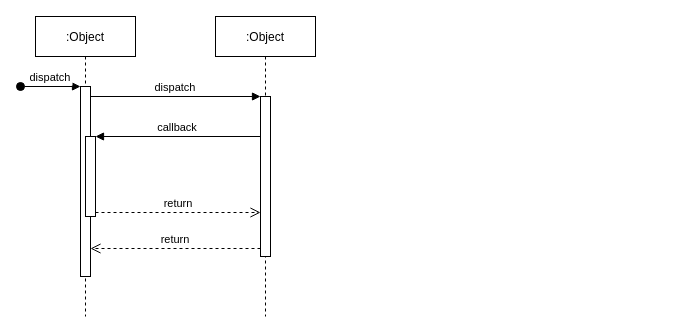
This is 未命名绘图.drawio from MitnickX/drawIO, a draw.io file, before an edit. Source tidied: cells renumbered, new cells numbered last; positions are measured from the earlier drawing's top-left corner, leaving out a move shared by most shapes. Both pictures are drawn from the tidied source at 100%, with x=0, y=0 at pixel (20, 16).
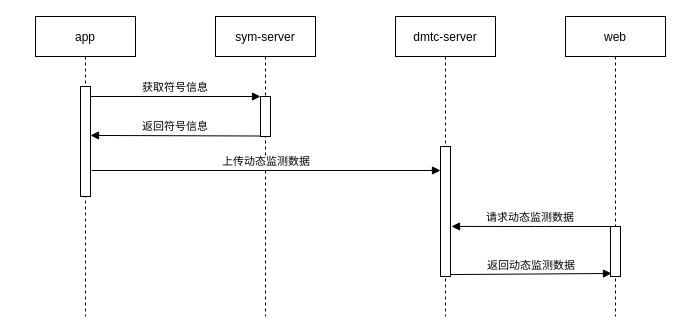
The same diagram, later.

Commit message:
动态安全检测.drawio

Change to the diagram source:
```diff
@@
 <mxGraphModel>
   <root>
     <mxCell id="0" />
     <mxCell id="1" parent="0" />
-    <mxCell id="2" value=":Object" style="shape=umlLifeline;perimeter=lifelinePerimeter;rounded=0;shadow=0;strokeWidth=1;" parent="1" vertex="1">
+    <mxCell id="2" value="app" style="shape=umlLifeline;perimeter=lifelinePerimeter;rounded=0;shadow=0;strokeWidth=1;" parent="1" vertex="1">
       <mxGeometry x="15" width="100" height="300" as="geometry" />
     </mxCell>
     <mxCell id="3" style="points=[];perimeter=orthogonalPerimeter;rounded=0;shadow=0;strokeWidth=1;" parent="2" vertex="1">
-      <mxGeometry x="45" y="70" width="10" height="190" as="geometry" />
+      <mxGeometry x="45" y="70" width="10" height="110" as="geometry" />
     </mxCell>
-    <mxCell id="4" value="dispatch" style="verticalAlign=bottom;startArrow=oval;endArrow=block;startSize=8;shadow=0;strokeWidth=1;" parent="2" edge="1" target="3">
-      <mxGeometry relative="1" as="geometry">
-        <mxPoint x="-15" y="70" as="sourcePoint" />
-      </mxGeometry>
-    </mxCell>
-    <mxCell id="5" style="points=[];perimeter=orthogonalPerimeter;rounded=0;shadow=0;strokeWidth=1;" parent="2" vertex="1">
-      <mxGeometry x="50" y="120" width="10" height="80" as="geometry" />
-    </mxCell>
-    <mxCell id="6" value=":Object" style="shape=umlLifeline;perimeter=lifelinePerimeter;rounded=0;shadow=0;strokeWidth=1;" parent="1" vertex="1">
+    <mxCell id="6" value="sym-server" style="shape=umlLifeline;perimeter=lifelinePerimeter;rounded=0;shadow=0;strokeWidth=1;" parent="1" vertex="1">
       <mxGeometry x="195" width="100" height="300" as="geometry" />
     </mxCell>
     <mxCell id="7" style="points=[];perimeter=orthogonalPerimeter;rounded=0;shadow=0;strokeWidth=1;" parent="6" vertex="1">
-      <mxGeometry x="45" y="80" width="10" height="160" as="geometry" />
+      <mxGeometry x="45" y="80" width="10" height="40" as="geometry" />
     </mxCell>
+    <mxCell id="9" value="获取符号信息" style="verticalAlign=bottom;endArrow=block;entryX=0;entryY=0;shadow=0;strokeWidth=1;" parent="1" edge="1" source="3" target="7">
+      <mxGeometry relative="1" as="geometry" />
+    </mxCell>
-    <mxCell id="8" value="return" style="verticalAlign=bottom;endArrow=open;dashed=1;endSize=8;exitX=0;exitY=0.95;shadow=0;strokeWidth=1;" parent="1" edge="1" source="7" target="3">
+    <mxCell id="8" value="返回符号信息" style="verticalAlign=bottom;endArrow=block;shadow=0;strokeWidth=1;exitX=0;exitY=0.988;exitDx=0;exitDy=0;exitPerimeter=0;entryX=1;entryY=0.445;entryDx=0;entryDy=0;entryPerimeter=0;" parent="1" edge="1" source="7" target="3">
       <mxGeometry relative="1" as="geometry" />
     </mxCell>
-    <mxCell id="9" value="dispatch" style="verticalAlign=bottom;endArrow=block;entryX=0;entryY=0;shadow=0;strokeWidth=1;" parent="1" edge="1" source="3" target="7">
-      <mxGeometry relative="1" as="geometry" />
-    </mxCell>
-    <mxCell id="10" value="callback" style="verticalAlign=bottom;endArrow=block;entryX=1;entryY=0;shadow=0;strokeWidth=1;" parent="1" edge="1" source="7" target="5">
-      <mxGeometry relative="1" as="geometry" />
-    </mxCell>
-    <mxCell id="11" value="return" style="verticalAlign=bottom;endArrow=open;dashed=1;endSize=8;exitX=1;exitY=0.95;shadow=0;strokeWidth=1;" parent="1" edge="1" source="5" target="7">
-      <mxGeometry relative="1" as="geometry" />
-    </mxCell>
+    <mxCell id="12" value="dmtc-server" style="shape=umlLifeline;perimeter=lifelinePerimeter;rounded=0;shadow=0;strokeWidth=1;" parent="1" vertex="1">
+      <mxGeometry x="375" width="100" height="300" as="geometry" />
+    </mxCell>
+    <mxCell id="13" style="points=[];perimeter=orthogonalPerimeter;rounded=0;shadow=0;strokeWidth=1;" parent="12" vertex="1">
+      <mxGeometry x="45" y="130" width="10" height="130" as="geometry" />
+    </mxCell>
+    <mxCell id="14" value="上传动态监测数据" style="verticalAlign=bottom;endArrow=block;shadow=0;strokeWidth=1;exitX=0.1;exitY=0.822;exitDx=0;exitDy=0;exitPerimeter=0;" parent="12" edge="1" target="13">
+      <mxGeometry relative="1" as="geometry">
+        <mxPoint x="-304" y="154" as="sourcePoint" />
+      </mxGeometry>
+    </mxCell>
+    <mxCell id="15" value="web" style="shape=umlLifeline;perimeter=lifelinePerimeter;rounded=0;shadow=0;strokeWidth=1;" parent="1" vertex="1">
+      <mxGeometry x="545" width="100" height="300" as="geometry" />
+    </mxCell>
+    <mxCell id="16" style="points=[];perimeter=orthogonalPerimeter;rounded=0;shadow=0;strokeWidth=1;" parent="15" vertex="1">
+      <mxGeometry x="45" y="210" width="10" height="50" as="geometry" />
+    </mxCell>
+    <mxCell id="17" value="请求动态监测数据" style="verticalAlign=bottom;endArrow=block;shadow=0;strokeWidth=1;entryX=1.1;entryY=0.615;entryDx=0;entryDy=0;entryPerimeter=0;" parent="1" edge="1" source="16" target="13">
+      <mxGeometry relative="1" as="geometry">
+        <Array as="points">
+          <mxPoint x="515" y="210" />
+        </Array>
+      </mxGeometry>
+    </mxCell>
+    <mxCell id="18" value="返回动态监测数据" style="verticalAlign=bottom;endArrow=block;shadow=0;strokeWidth=1;exitX=1;exitY=0.985;exitDx=0;exitDy=0;exitPerimeter=0;entryX=0.1;entryY=0.94;entryDx=0;entryDy=0;entryPerimeter=0;" parent="1" edge="1" source="13" target="16">
+      <mxGeometry relative="1" as="geometry" />
+    </mxCell>
   </root>
 </mxGraphModel>
```
